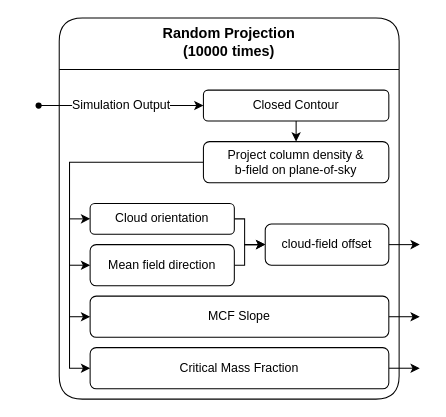
The draw.io diagram page "projection" (2 of 3) of main-simple.drawio.xml in HinnyTsang/mcf-project-flow-chart, before the edit. Source tidied: cells renumbered, new cells numbered last; positions are measured from the earlier drawing's top-left corner, leaving out a move shared by most shapes. Both pictures are drawn from the tidied source at 103%, with x=0, y=0 at pixel (18, 18).
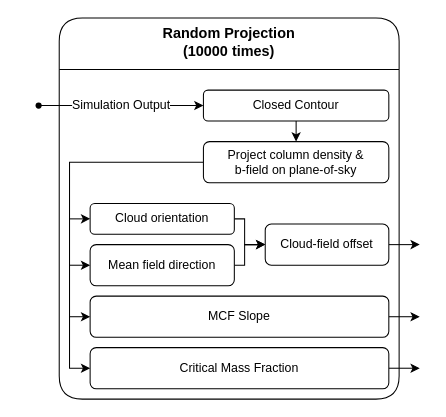
Above is the later version.

Unchanged cells that the change refers to:
```xml
<mxCell id="2" value="Random Projection &#10;(10000 times)&#10;" style="swimlane;labelBackgroundColor=none;flipV=0;startSize=50;swimlaneLine=1;horizontal=1;verticalAlign=top;fontStyle=1;align=center;fontSize=14;rounded=1;gradientColor=none;fillColor=default;" parent="1" vertex="1">
  <mxGeometry x="40" width="330" height="370" as="geometry" />
</mxCell>
```

What changed in the source:
```diff
@@
-    <mxCell id="16" value="cloud-field offset" style="rounded=1;whiteSpace=wrap;html=1;labelBackgroundColor=none;flipV=1;" parent="2" vertex="1">
+    <mxCell id="16" value="Cloud-field offset" style="rounded=1;whiteSpace=wrap;html=1;labelBackgroundColor=none;flipV=1;" parent="2" vertex="1">
       <mxGeometry x="200" y="200" width="120" height="40" as="geometry" />
     </mxCell>
```
